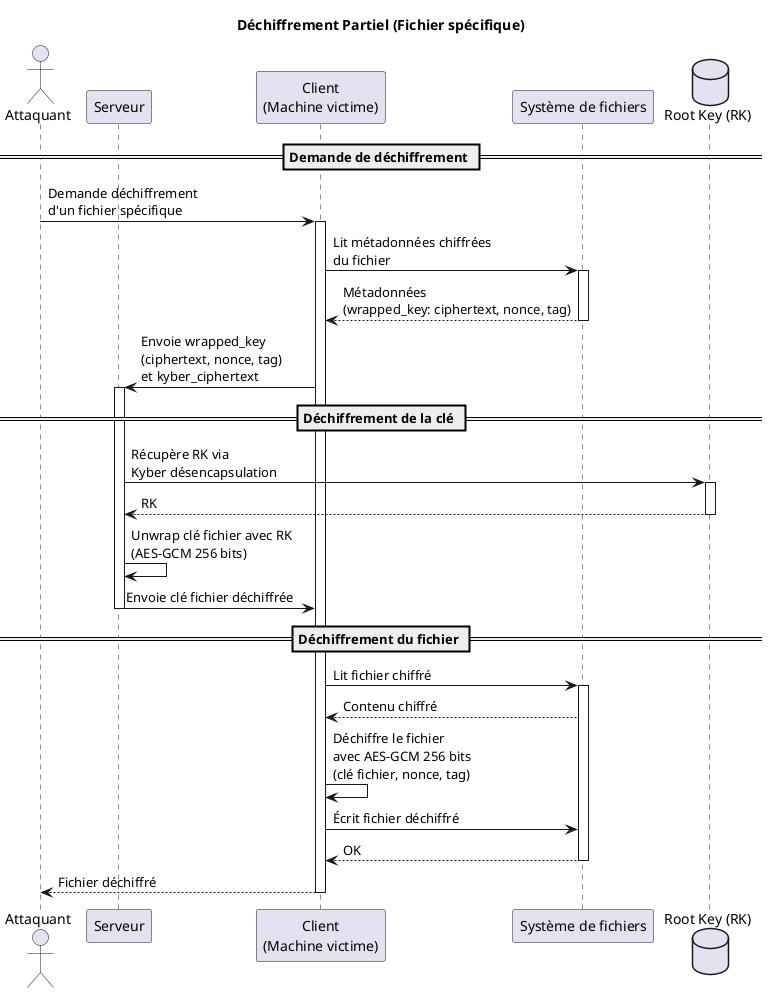
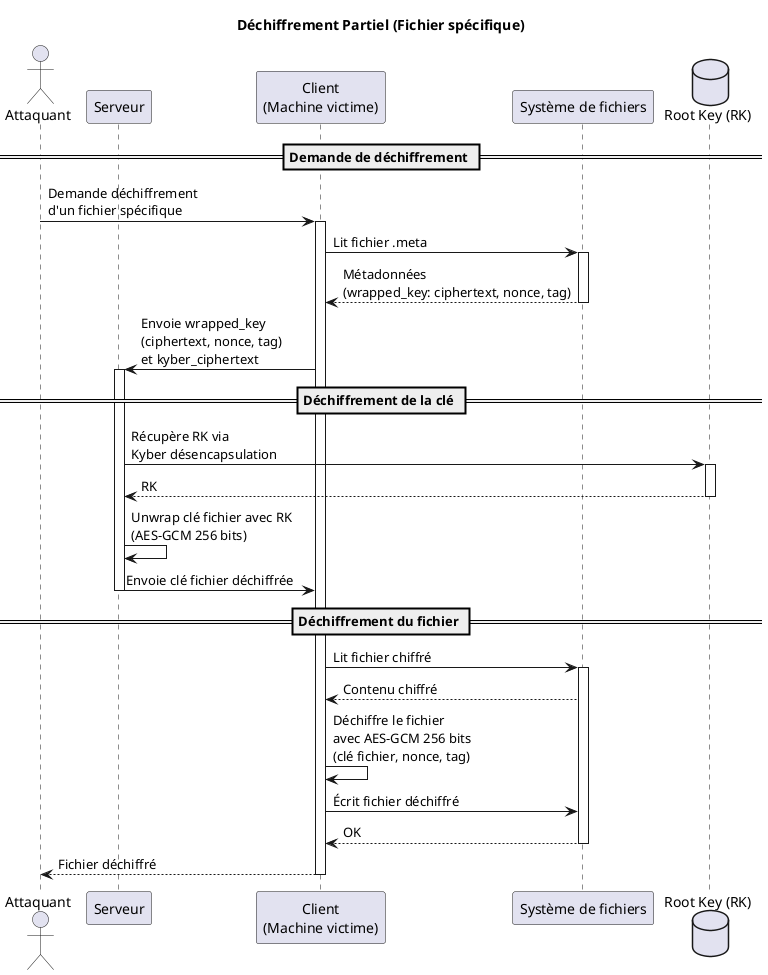
@startuml Ransomware Architecture - Déchiffrement Partiel

title Déchiffrement Partiel (Fichier spécifique)

actor Attaquant as attacker
participant "Serveur" as server
participant "Client\n(Machine victime)" as client
participant "Système de fichiers" as fs
database "Root Key (RK)" as rk

== Demande de déchiffrement ==
attacker -> client: Demande déchiffrement\nd'un fichier spécifique
activate client

- client -> fs: Lit métadonnées chiffrées\ndu fichier
+ client -> fs: Lit fichier .meta
activate fs
fs --> client: Métadonnées\n(wrapped_key: ciphertext, nonce, tag)
deactivate fs

client -> server: Envoie wrapped_key\n(ciphertext, nonce, tag)\net kyber_ciphertext
activate server

== Déchiffrement de la clé ==
server -> rk: Récupère RK via\nKyber désencapsulation
activate rk
rk --> server: RK
deactivate rk

server -> server: Unwrap clé fichier avec RK\n(AES-GCM 256 bits)

server -> client: Envoie clé fichier déchiffrée
deactivate server

== Déchiffrement du fichier ==
client -> fs: Lit fichier chiffré
activate fs
fs --> client: Contenu chiffré

client -> client: Déchiffre le fichier\navec AES-GCM 256 bits\n(clé fichier, nonce, tag)

client -> fs: Écrit fichier déchiffré
fs --> client: OK
deactivate fs

client --> attacker: Fichier déchiffré
deactivate client

@enduml
